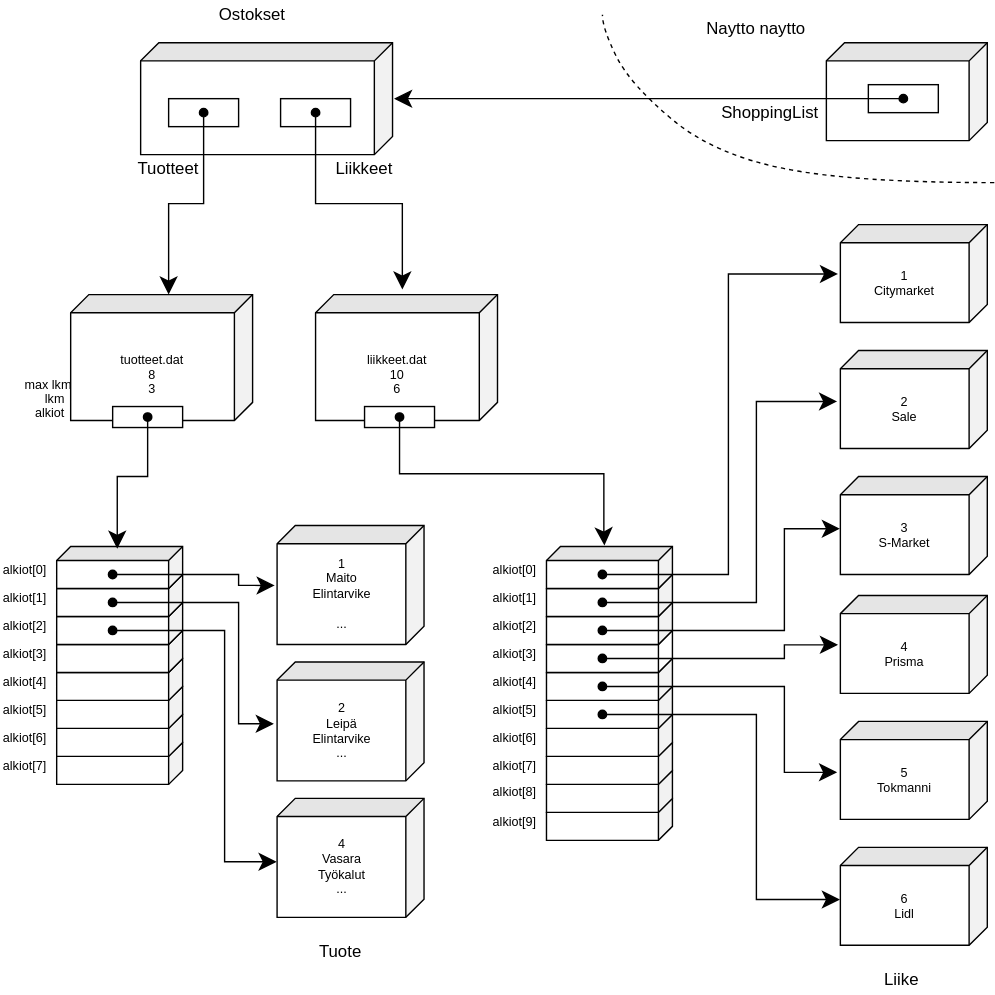
The draw.io diagram kuvat/tietorakenne.svg in AkseliKankaansivu/shoppinglisst, before a commit. Source tidied: cells renumbered, new cells last; positions are measured from the earlier drawing's top-left corner, leaving out a move shared by most shapes.
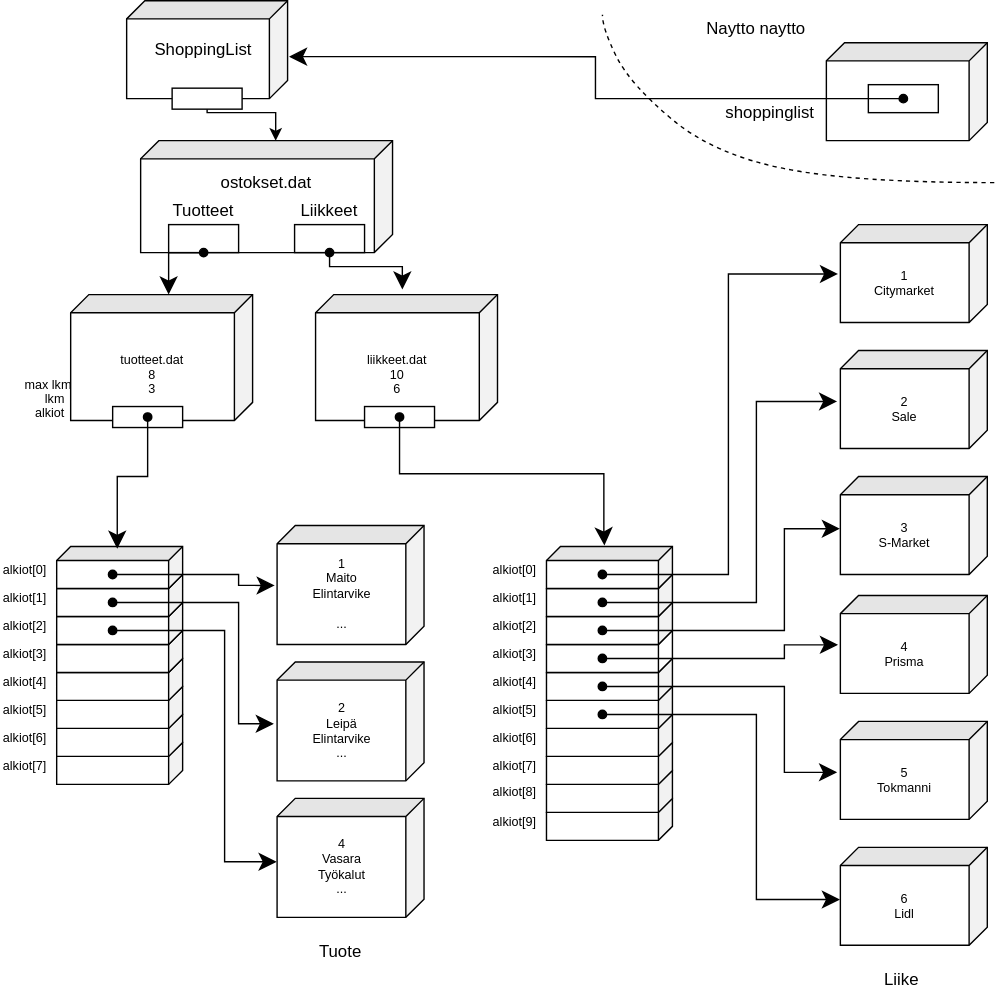
The same file after the commit.

Commit message:
uusi kuva

Change to the diagram source:
```diff
@@ -48,29 +48,27 @@
       <mxGeometry x="40" y="410" width="90" height="30" as="geometry" />
     </mxCell>
     <mxCell id="17" style="shape=cube;whiteSpace=wrap;html=1;boundedLbl=1;backgroundOutline=1;darkOpacity=0.05;darkOpacity2=0.1;rounded=1;shadow=0;glass=0;comic=0;fillColor=#ffffff;gradientColor=none;fontSize=9;fontColor=#000000;align=center;noLabel=0;perimeter=rectanglePerimeter;direction=south;size=13;" parent="1" vertex="1">
-      <mxGeometry x="100" y="30" width="180" height="80" as="geometry" />
+      <mxGeometry x="100" y="100" width="180" height="80" as="geometry" />
     </mxCell>
     <mxCell id="18" value="&lt;br&gt;tuotteet.dat&lt;br&gt;8&lt;br&gt;3" style="shape=cube;whiteSpace=wrap;html=1;boundedLbl=1;backgroundOutline=1;darkOpacity=0.05;darkOpacity2=0.1;rounded=1;shadow=0;glass=0;comic=0;fillColor=#ffffff;gradientColor=none;fontSize=9;fontColor=#000000;align=center;noLabel=0;perimeter=rectanglePerimeter;direction=south;size=13;" parent="1" vertex="1">
       <mxGeometry x="50" y="210" width="130" height="90" as="geometry" />
     </mxCell>
-    <mxCell id="19" value="Ostokset" style="text;html=1;strokeColor=none;fillColor=none;align=center;verticalAlign=middle;whiteSpace=wrap;rounded=0;" parent="1" vertex="1">
-      <mxGeometry x="160" width="40" height="20" as="geometry" />
-    </mxCell>
     <mxCell id="20" style="rounded=0;whiteSpace=wrap;html=1;" parent="1" vertex="1">
-      <mxGeometry x="120" y="70" width="50" height="20" as="geometry" />
+      <mxGeometry x="120" y="160" width="50" height="20" as="geometry" />
     </mxCell>
     <mxCell id="21" style="rounded=0;whiteSpace=wrap;html=1;" parent="1" vertex="1">
-      <mxGeometry x="200" y="70" width="50" height="20" as="geometry" />
+      <mxGeometry x="210" y="160" width="50" height="20" as="geometry" />
     </mxCell>
-    <mxCell id="22" style="edgeStyle=orthogonalEdgeStyle;rounded=0;html=1;jettySize=auto;endSize=10;startArrow=oval;startFill=1;entryX=-0.04;entryY=0.523;entryDx=0;entryDy=0;entryPerimeter=0;" parent="1" edge="1" target="24">
+    <mxCell id="22" style="edgeStyle=orthogonalEdgeStyle;rounded=0;html=1;jettySize=auto;endSize=10;startArrow=oval;startFill=1;entryX=-0.04;entryY=0.523;entryDx=0;entryDy=0;entryPerimeter=0;exitX=0.5;exitY=1;exitDx=0;exitDy=0;" parent="1" edge="1" source="21" target="24">
       <mxGeometry relative="1" as="geometry">
-        <mxPoint x="225" y="80" as="sourcePoint" />
+        <Array as="points">
+          <mxPoint x="235" y="190" />
+          <mxPoint x="287" y="190" />
+        </Array>
       </mxGeometry>
     </mxCell>
-    <mxCell id="23" style="edgeStyle=orthogonalEdgeStyle;rounded=0;html=1;jettySize=auto;endSize=10;entryX=0;entryY=0;entryDx=0;entryDy=60;entryPerimeter=0;startArrow=oval;startFill=1;" parent="1" edge="1" target="18">
-      <mxGeometry relative="1" as="geometry">
-        <mxPoint x="145" y="80" as="sourcePoint" />
-      </mxGeometry>
+    <mxCell id="23" style="edgeStyle=orthogonalEdgeStyle;rounded=0;html=1;jettySize=auto;endSize=10;entryX=0;entryY=0;entryDx=0;entryDy=60;entryPerimeter=0;startArrow=oval;startFill=1;exitX=0.5;exitY=1;exitDx=0;exitDy=0;" parent="1" edge="1" source="20" target="18">
+      <mxGeometry relative="1" as="geometry" />
     </mxCell>
     <mxCell id="24" value="&lt;br&gt;liikkeet.dat&lt;br&gt;10&lt;br&gt;6" style="shape=cube;whiteSpace=wrap;html=1;boundedLbl=1;backgroundOutline=1;darkOpacity=0.05;darkOpacity2=0.1;rounded=1;shadow=0;glass=0;comic=0;fillColor=#ffffff;gradientColor=none;fontSize=9;fontColor=#000000;align=center;noLabel=0;perimeter=rectanglePerimeter;direction=south;size=13;" parent="1" vertex="1">
       <mxGeometry x="225" y="210" width="130" height="90" as="geometry" />
@@ -236,7 +234,7 @@
     <mxCell id="66" style="rounded=0;whiteSpace=wrap;html=1;" parent="1" vertex="1">
       <mxGeometry x="620" y="60" width="50" height="20" as="geometry" />
     </mxCell>
-    <mxCell id="67" style="edgeStyle=orthogonalEdgeStyle;rounded=0;html=1;jettySize=auto;endSize=10;startArrow=oval;startFill=1;entryX=0.5;entryY=-0.006;entryDx=0;entryDy=0;entryPerimeter=0;" parent="1" edge="1" target="17">
+    <mxCell id="67" style="edgeStyle=orthogonalEdgeStyle;rounded=0;html=1;jettySize=auto;endSize=10;startArrow=oval;startFill=1;entryX=0.571;entryY=-0.009;entryDx=0;entryDy=0;entryPerimeter=0;" parent="1" edge="1" target="83">
       <mxGeometry relative="1" as="geometry">
         <mxPoint x="645" y="70" as="sourcePoint" />
       </mxGeometry>
@@ -244,14 +242,14 @@
     <mxCell id="68" value="Naytto naytto" style="text;html=1;strokeColor=none;fillColor=none;align=center;verticalAlign=middle;whiteSpace=wrap;rounded=0;" parent="1" vertex="1">
       <mxGeometry x="500" y="10" width="80" height="20" as="geometry" />
     </mxCell>
-    <mxCell id="69" value="ShoppingList" style="text;html=1;strokeColor=none;fillColor=none;align=center;verticalAlign=middle;whiteSpace=wrap;rounded=0;" parent="1" vertex="1">
+    <mxCell id="69" value="shoppinglist" style="text;html=1;strokeColor=none;fillColor=none;align=center;verticalAlign=middle;whiteSpace=wrap;rounded=0;" parent="1" vertex="1">
       <mxGeometry x="530" y="70" width="40" height="20" as="geometry" />
     </mxCell>
     <mxCell id="70" value="Tuotteet" style="text;html=1;strokeColor=none;fillColor=none;align=center;verticalAlign=middle;whiteSpace=wrap;rounded=0;" parent="1" vertex="1">
-      <mxGeometry x="100" y="110" width="40" height="20" as="geometry" />
+      <mxGeometry x="125" y="140" width="40" height="20" as="geometry" />
     </mxCell>
     <mxCell id="71" value="Liikkeet" style="text;html=1;strokeColor=none;fillColor=none;align=center;verticalAlign=middle;whiteSpace=wrap;rounded=0;" parent="1" vertex="1">
-      <mxGeometry x="225" y="110" width="70" height="20" as="geometry" />
+      <mxGeometry x="200" y="140" width="70" height="20" as="geometry" />
     </mxCell>
     <mxCell id="72" style="edgeStyle=orthogonalEdgeStyle;rounded=0;html=1;entryX=0.52;entryY=1.022;entryDx=0;entryDy=0;entryPerimeter=0;startArrow=oval;startFill=1;endSize=10;jettySize=auto;fontSize=10;exitX=0.667;exitY=0.556;exitDx=0;exitDy=0;exitPerimeter=0;" parent="1" edge="1" source="45" target="74">
       <mxGeometry relative="1" as="geometry">
@@ -311,5 +309,28 @@
         </Array>
       </mxGeometry>
     </mxCell>
+    <mxCell id="81" value="ostokset.dat" style="text;html=1;strokeColor=none;fillColor=none;align=center;verticalAlign=middle;whiteSpace=wrap;rounded=0;" parent="1" vertex="1">
+      <mxGeometry x="170" y="120" width="40" height="20" as="geometry" />
+    </mxCell>
+    <mxCell id="82" style="edgeStyle=orthogonalEdgeStyle;rounded=0;orthogonalLoop=1;jettySize=auto;html=1;exitX=0.5;exitY=1;exitDx=0;exitDy=0;" parent="1" edge="1" source="20" target="20">
+      <mxGeometry relative="1" as="geometry" />
+    </mxCell>
+    <mxCell id="83" style="shape=cube;whiteSpace=wrap;html=1;boundedLbl=1;backgroundOutline=1;darkOpacity=0.05;darkOpacity2=0.1;rounded=1;shadow=0;glass=0;comic=0;fillColor=#ffffff;gradientColor=none;fontSize=9;fontColor=#000000;align=center;noLabel=0;perimeter=rectanglePerimeter;direction=south;size=13;" parent="1" vertex="1">
+      <mxGeometry x="90" width="115" height="70" as="geometry" />
+    </mxCell>
+    <mxCell id="84" value="ShoppingList" style="text;html=1;strokeColor=none;fillColor=none;align=center;verticalAlign=middle;whiteSpace=wrap;rounded=0;" parent="1" vertex="1">
+      <mxGeometry x="125" y="25" width="40" height="20" as="geometry" />
+    </mxCell>
+    <mxCell id="85" style="edgeStyle=orthogonalEdgeStyle;rounded=0;jettySize=auto;html=1;exitX=0.5;exitY=1;exitDx=0;exitDy=0;entryX=0;entryY=0;entryDx=0;entryDy=83.5;entryPerimeter=0;" parent="1" edge="1" source="86" target="17">
+      <mxGeometry relative="1" as="geometry">
+        <Array as="points">
+          <mxPoint x="148" y="80" />
+          <mxPoint x="197" y="80" />
+        </Array>
+      </mxGeometry>
+    </mxCell>
+    <mxCell id="86" style="rounded=0;whiteSpace=wrap;html=1;" parent="1" vertex="1">
+      <mxGeometry x="122.5" y="62.5" width="50" height="15" as="geometry" />
+    </mxCell>
   </root>
 </mxGraphModel>
```
